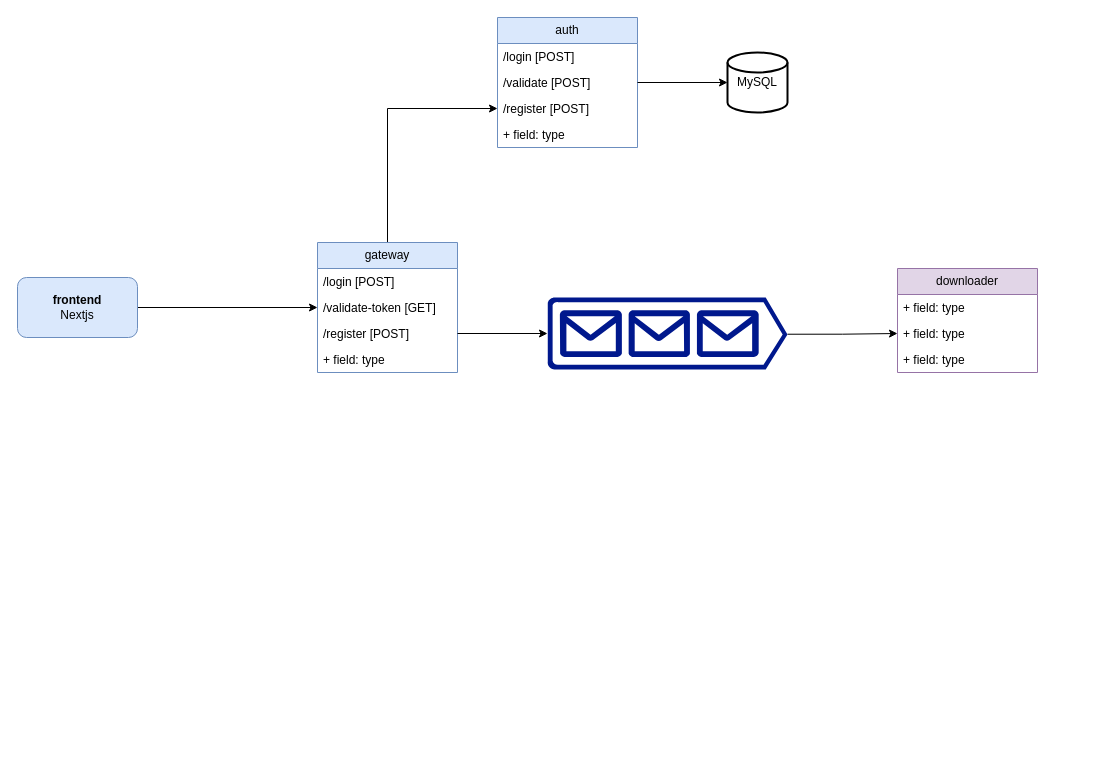
This is back/ADR.drawio from AlieksieievYurii/YouTubeDownloaderSandbox, a draw.io file, before an edit. Source tidied: cells renumbered, new cells numbered last; positions are measured from the earlier drawing's top-left corner, leaving out a move shared by most shapes. Both pictures are drawn from the tidied source at 100%, with x=0, y=0 at pixel (17, 17).
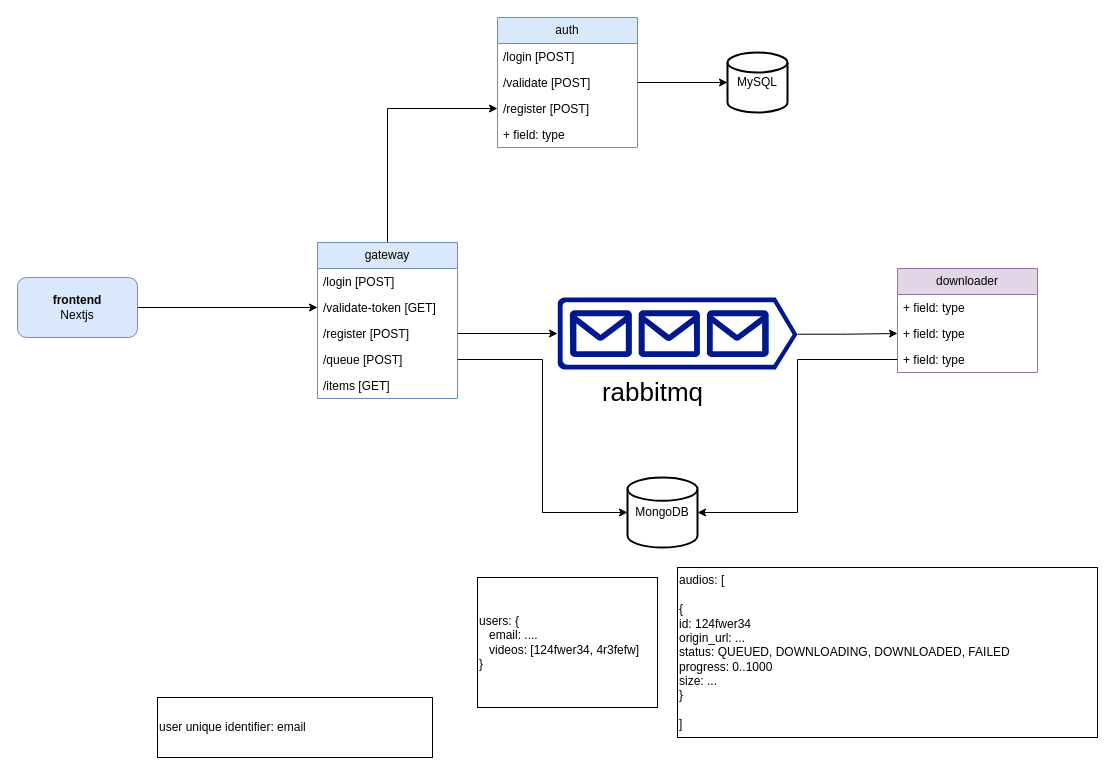
The same page after the edit.

Unchanged cells that the change refers to:
```xml
<mxCell id="23" value="+ field: type" style="text;strokeColor=none;fillColor=none;align=left;verticalAlign=top;spacingLeft=4;spacingRight=4;overflow=hidden;points=[[0,0.5],[1,0.5]];portConstraint=eastwest;whiteSpace=wrap;html=1;" parent="20" vertex="1">
  <mxGeometry y="78" width="140" height="26" as="geometry" />
</mxCell>
```

Change to the diagram source:
```diff
@@
     <mxCell id="5" value="gateway" style="swimlane;fontStyle=0;horizontal=1;startSize=26;fillColor=#dae8fc;whiteSpace=wrap;html=1;strokeColor=#6c8ebf;" parent="1" vertex="1">
-      <mxGeometry x="300" y="225" width="140" height="130" as="geometry" />
+      <mxGeometry x="300" y="225" width="140" height="156" as="geometry" />
     </mxCell>
@@
-    <mxCell id="9" value="+ field: type" style="text;strokeColor=none;fillColor=none;align=left;verticalAlign=top;spacingLeft=4;spacingRight=4;overflow=hidden;points=[[0,0.5],[1,0.5]];portConstraint=eastwest;whiteSpace=wrap;html=1;" parent="5" vertex="1">
+    <mxCell id="9" value="/queue [POST]" style="text;strokeColor=none;fillColor=none;align=left;verticalAlign=top;spacingLeft=4;spacingRight=4;overflow=hidden;points=[[0,0.5],[1,0.5]];portConstraint=eastwest;whiteSpace=wrap;html=1;" parent="5" vertex="1">
       <mxGeometry y="104" width="140" height="26" as="geometry" />
     </mxCell>
+    <mxCell id="24" value="/items [GET]" style="text;strokeColor=none;fillColor=none;align=left;verticalAlign=top;spacingLeft=4;spacingRight=4;overflow=hidden;whiteSpace=wrap;html=1;" parent="5" vertex="1">
+      <mxGeometry y="130" width="140" height="26" as="geometry" />
+    </mxCell>
@@
     <mxCell id="18" style="sketch=0;shadow=0;dashed=0;html=1;strokeColor=none;labelPosition=center;verticalLabelPosition=bottom;verticalAlign=top;align=center;fillColor=#00188D;shape=mxgraph.azure.queue_generic;" parent="1" vertex="1">
-      <mxGeometry x="530" y="280" width="240" height="72" as="geometry" />
+      <mxGeometry x="540" y="280" width="240" height="72" as="geometry" />
     </mxCell>
@@
+    <mxCell id="25" value="&lt;font style=&quot;font-size: 26px;&quot;&gt;rabbitmq&lt;/font&gt;" style="text;html=1;align=center;verticalAlign=middle;strokeColor=none;fillColor=none;" parent="1" vertex="1">
+      <mxGeometry x="575" y="355" width="120" height="40" as="geometry" />
+    </mxCell>
+    <mxCell id="26" value="MongoDB" style="strokeWidth=2;html=1;shape=mxgraph.flowchart.database;whiteSpace=wrap;" parent="1" vertex="1">
+      <mxGeometry x="610" y="460" width="70" height="70" as="geometry" />
+    </mxCell>
+    <mxCell id="27" style="edgeStyle=orthogonalEdgeStyle;rounded=0;jettySize=auto;html=1;exitX=1;exitY=0.5;exitDx=0;exitDy=0;entryX=0;entryY=0.5;entryDx=0;entryDy=0;entryPerimeter=0;" parent="1" edge="1" source="9" target="26">
+      <mxGeometry relative="1" as="geometry" />
+    </mxCell>
+    <mxCell id="28" style="edgeStyle=orthogonalEdgeStyle;rounded=0;jettySize=auto;html=1;exitX=0;exitY=0.5;exitDx=0;exitDy=0;entryX=1;entryY=0.5;entryDx=0;entryDy=0;entryPerimeter=0;" parent="1" edge="1" source="23" target="26">
+      <mxGeometry relative="1" as="geometry" />
+    </mxCell>
+    <mxCell id="29" value="user unique identifier: email" style="rounded=0;whiteSpace=wrap;html=1;align=left;" parent="1" vertex="1">
+      <mxGeometry x="140" y="680" width="275" height="60" as="geometry" />
+    </mxCell>
+    <mxCell id="30" value="users: {&lt;br&gt;&amp;nbsp; &amp;nbsp;email: ....&lt;br&gt;&amp;nbsp; &amp;nbsp;videos: [124fwer34, 4r3fefw]&lt;br&gt;}" style="rounded=0;whiteSpace=wrap;html=1;align=left;" parent="1" vertex="1">
+      <mxGeometry x="460" y="560" width="180" height="130" as="geometry" />
+    </mxCell>
+    <mxCell id="31" value="audios: [&lt;br&gt;&lt;br&gt;{&lt;br&gt;id: 124fwer34&lt;br&gt;origin_url: ...&lt;br&gt;status: QUEUED, DOWNLOADING, DOWNLOADED, FAILED&lt;br&gt;progress: 0..1000&lt;br&gt;size: ...&lt;br&gt;}&lt;br&gt;&lt;br&gt;]" style="rounded=0;whiteSpace=wrap;html=1;align=left;" parent="1" vertex="1">
+      <mxGeometry x="660" y="550" width="420" height="170" as="geometry" />
+    </mxCell>
```
